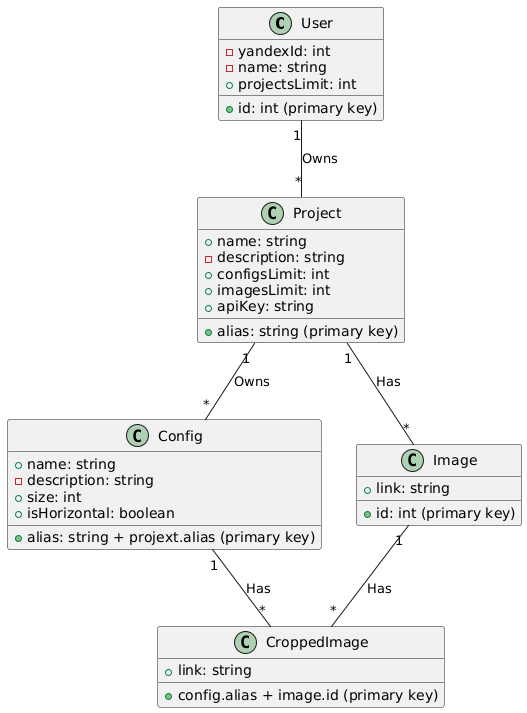
The PlantUML diagram Lab Work №3/docs/assets/d2.png in LightScrool/arch, before a commit.
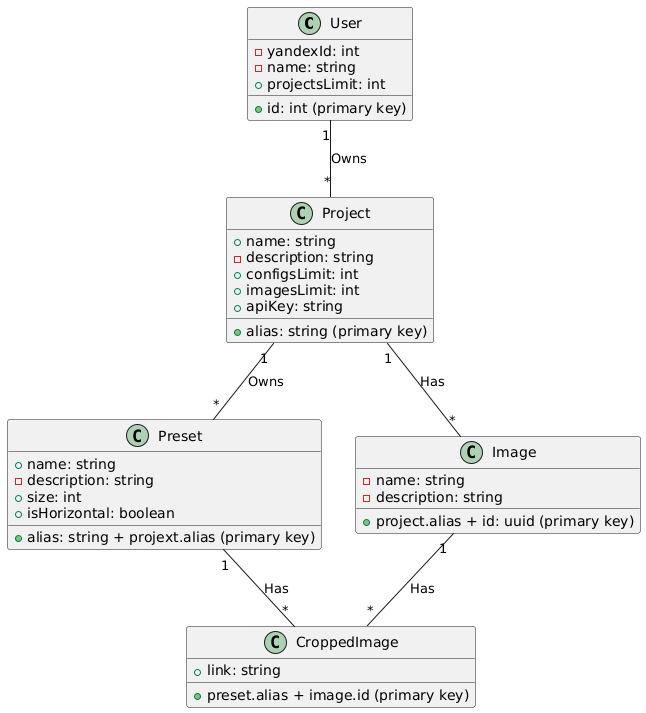
After the commit.

What changed in the source:
```diff
@@ -15,7 +15,7 @@
   +apiKey: string
 }
 
-class Config {
+class Preset {
   +alias: string + projext.alias (primary key)
   +name: string
   -description: string
@@ -24,18 +24,19 @@
 }
 
 class Image {
-  +id: int (primary key)
-  +link: string
+  +project.alias + id: uuid (primary key)
+  -name: string
+  -description: string
 }
 
 class CroppedImage {
   +link: string
-  +config.alias + image.id (primary key)
+  +preset.alias + image.id (primary key)
 }
 
 User "1" -- "*" Project: Owns
-Project "1" -- "*" Config: Owns
+Project "1" -- "*" Preset: Owns
 Project "1" -- "*" Image: Has
 Image "1" -- "*" CroppedImage: Has
-Config"1" -- "*" CroppedImage: Has
+Preset"1" -- "*" CroppedImage: Has
 @enduml
```
